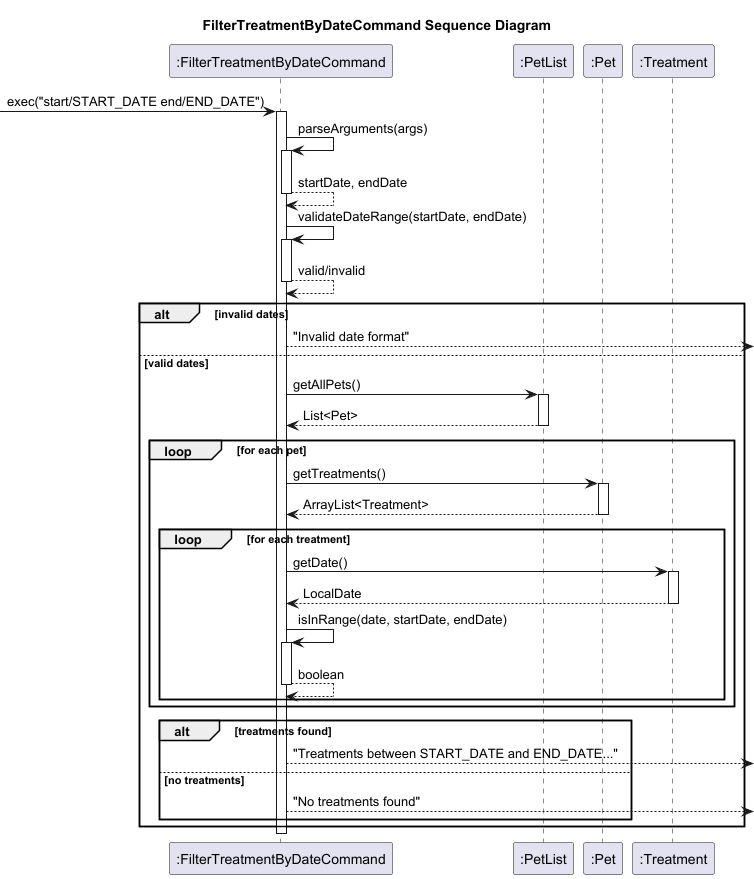
Above: docs/diagrams/FilterTreatmentByDateCommand_Sequence_Diagram.png in Kevin88866/tp (PlantUML), before the change. The source it was exported from:
```plantuml
@startuml
title FilterTreatmentByDateCommand Sequence Diagram

participant ":FilterTreatmentByDateCommand" as FTC
participant ":PetList" as PetList
participant ":Pet" as Pet
participant ":Treatment" as Treatment

-> FTC : exec("start/START_DATE end/END_DATE")
activate FTC

FTC -> FTC : parseArguments(args)
activate FTC
FTC --> FTC : startDate, endDate
deactivate FTC

FTC -> FTC : validateDateRange(startDate, endDate)
activate FTC
FTC --> FTC : valid/invalid
deactivate FTC

alt invalid dates
  FTC --> : "Invalid date format"
else valid dates
  FTC -> PetList : getAllPets()
  activate PetList
  PetList --> FTC : List<Pet>
  deactivate PetList

  loop for each pet
    FTC -> Pet : getTreatments()
    activate Pet
    Pet --> FTC : ArrayList<Treatment>
    deactivate Pet

    loop for each treatment
      FTC -> Treatment : getDate()
      activate Treatment
      Treatment --> FTC : LocalDate
      deactivate Treatment

      FTC -> FTC : isInRange(date, startDate, endDate)
      activate FTC
      FTC --> FTC : boolean
      deactivate FTC
    end
  end

  alt treatments found
    FTC --> : "Treatments between START_DATE and END_DATE..."
  else no treatments
    FTC --> : "No treatments found"
  end
end

deactivate FTC

@enduml
```
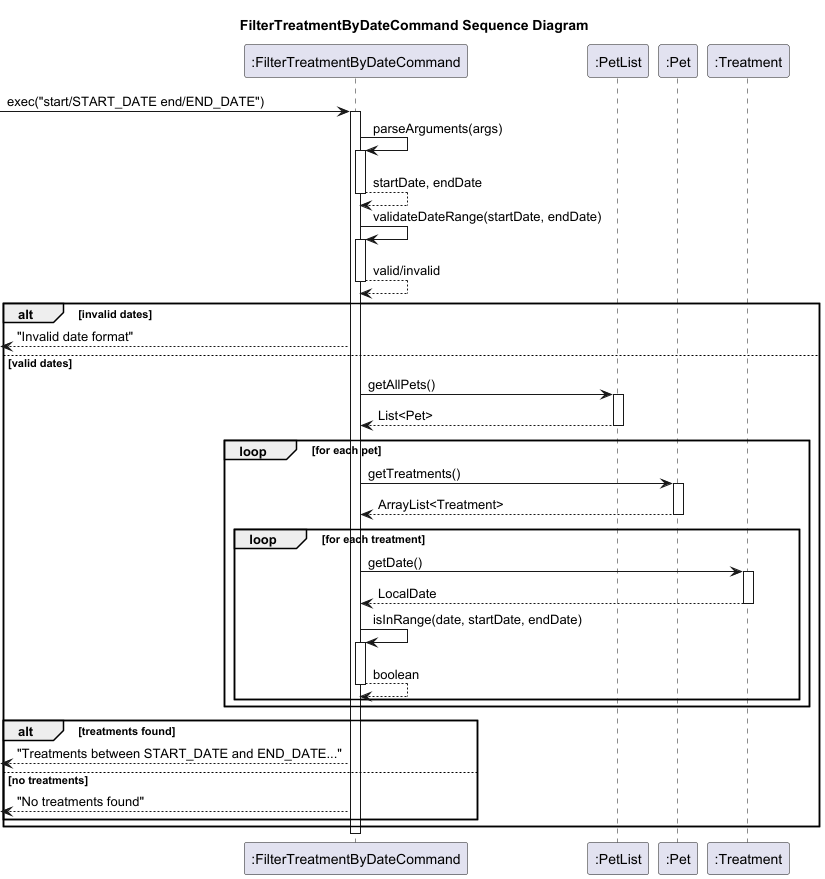
After the change.

Commit message:
Update sequence diagrams in developer guide

Change to the diagram source:
```diff
@@ -20,7 +20,7 @@
 deactivate FTC
 
 alt invalid dates
-  FTC --> : "Invalid date format"
+  <-- FTC : "Invalid date format"
 else valid dates
   FTC -> PetList : getAllPets()
   activate PetList
@@ -47,9 +47,9 @@
   end
 
   alt treatments found
-    FTC --> : "Treatments between START_DATE and END_DATE..."
+    <-- FTC : "Treatments between START_DATE and END_DATE..."
   else no treatments
-    FTC --> : "No treatments found"
+    <-- FTC : "No treatments found"
   end
 end
 
```
